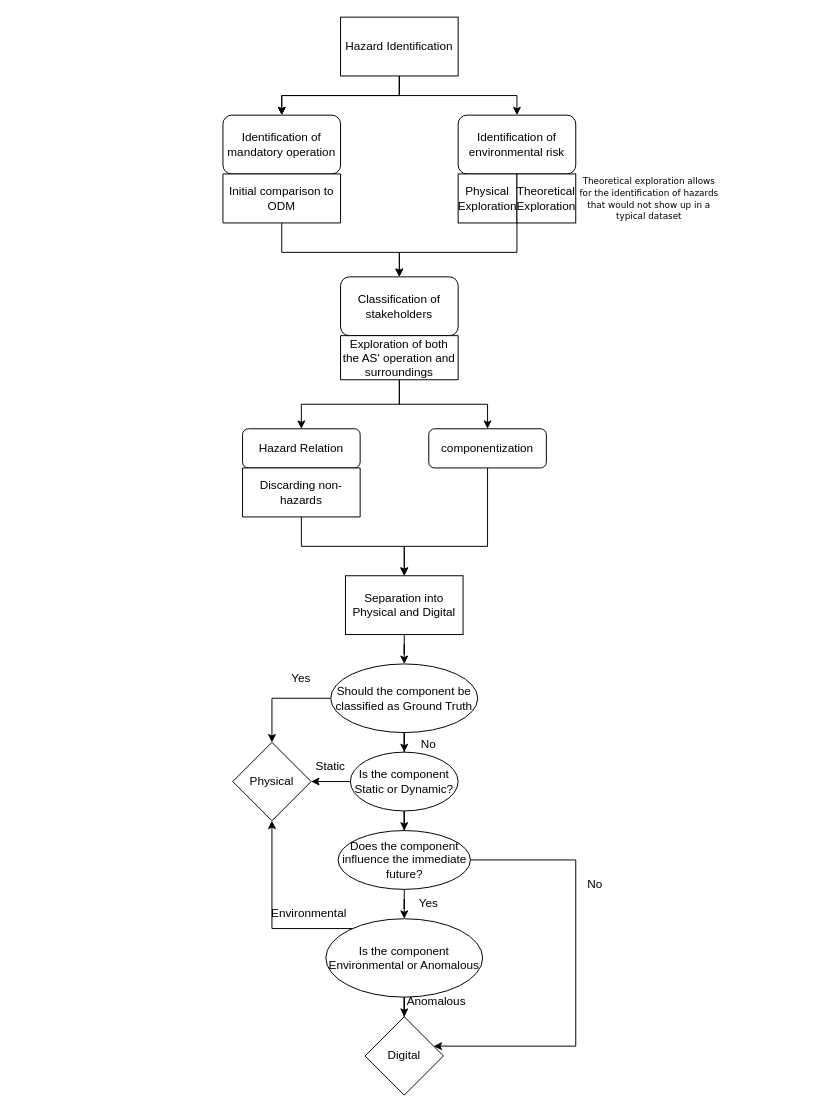
This is Step 2/Step-2.drawio from TortoiseFather/SACRED, a draw.io file, before an edit. Source tidied: cells renumbered, new cells numbered last; positions are measured from the earlier drawing's top-left corner, leaving out a move shared by most shapes. Both pictures are drawn from the tidied source at 98%, with x=0, y=0 at pixel (222, 17).
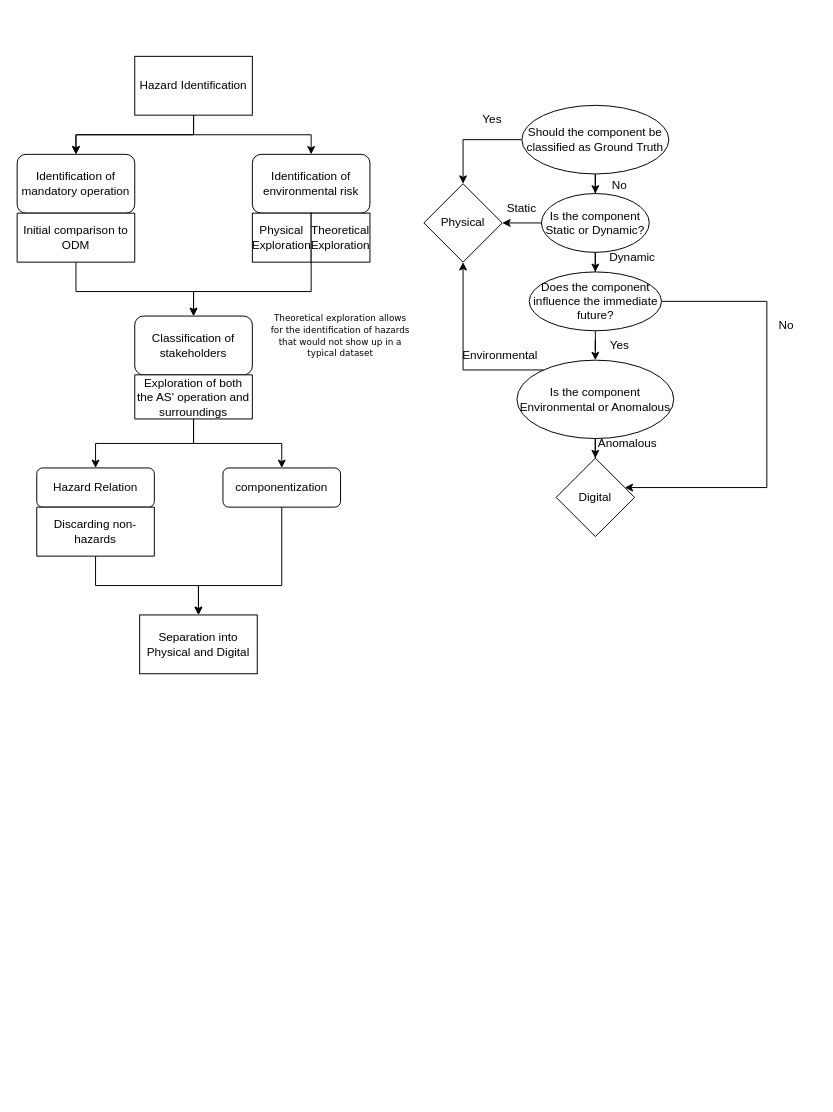
Above is the later version.

Diff of the diagram source:
```diff
@@
     <mxCell id="4" style="edgeStyle=orthogonalEdgeStyle;rounded=0;jettySize=auto;html=1;" parent="1" edge="1" source="5" target="8">
       <mxGeometry relative="1" as="geometry">
         <Array as="points">
-          <mxPoint x="180" y="80" />
-          <mxPoint x="300" y="80" />
+          <mxPoint x="-30" y="120" />
+          <mxPoint x="90" y="120" />
         </Array>
       </mxGeometry>
     </mxCell>
     <mxCell id="5" value="Hazard Identification" style="rounded=0;whiteSpace=wrap;html=1;" parent="1" vertex="1">
-      <mxGeometry x="120" width="120" height="60" as="geometry" />
+      <mxGeometry x="-90" y="40" width="120" height="60" as="geometry" />
     </mxCell>
     <mxCell id="6" value="Identification of mandatory operation" style="rounded=1;whiteSpace=wrap;html=1;" parent="1" vertex="1">
-      <mxGeometry y="100" width="120" height="60" as="geometry" />
+      <mxGeometry x="-210" y="140" width="120" height="60" as="geometry" />
     </mxCell>
     <mxCell id="7" style="edgeStyle=orthogonalEdgeStyle;rounded=0;jettySize=auto;html=1;entryX=0.5;entryY=0;entryDx=0;entryDy=0;" parent="1" edge="1" source="8" target="9">
       <mxGeometry relative="1" as="geometry">
         <Array as="points">
-          <mxPoint x="300" y="240" />
-          <mxPoint x="180" y="240" />
+          <mxPoint x="90" y="280" />
+          <mxPoint x="-30" y="280" />
         </Array>
       </mxGeometry>
     </mxCell>
     <mxCell id="8" value="Identification of environmental risk" style="rounded=1;whiteSpace=wrap;html=1;" parent="1" vertex="1">
-      <mxGeometry x="240" y="100" width="120" height="60" as="geometry" />
+      <mxGeometry x="30" y="140" width="120" height="60" as="geometry" />
     </mxCell>
     <mxCell id="9" value="Classification of stakeholders" style="rounded=1;whiteSpace=wrap;html=1;" parent="1" vertex="1">
-      <mxGeometry x="120" y="265" width="120" height="60" as="geometry" />
+      <mxGeometry x="-90" y="305" width="120" height="60" as="geometry" />
     </mxCell>
-    <mxCell id="10" style="edgeStyle=orthogonalEdgeStyle;rounded=0;jettySize=auto;html=1;" parent="1" edge="1" source="11" target="29">
-      <mxGeometry relative="1" as="geometry" />
-    </mxCell>
     <mxCell id="11" value="Separation into Physical and Digital" style="rounded=0;whiteSpace=wrap;html=1;" parent="1" vertex="1">
-      <mxGeometry x="125" y="570" width="120" height="60" as="geometry" />
+      <mxGeometry x="-85" y="610" width="120" height="60" as="geometry" />
     </mxCell>
     <mxCell id="12" value="Physical" style="rhombus;whiteSpace=wrap;html=1;rounded=0;" parent="1" vertex="1">
-      <mxGeometry x="10" y="740" width="80" height="80" as="geometry" />
+      <mxGeometry x="205" y="170" width="80" height="80" as="geometry" />
     </mxCell>
     <mxCell id="13" value="Digital" style="rhombus;whiteSpace=wrap;html=1;rounded=0;" parent="1" vertex="1">
-      <mxGeometry x="145" y="1020" width="80" height="80" as="geometry" />
+      <mxGeometry x="340" y="450" width="80" height="80" as="geometry" />
     </mxCell>
     <mxCell id="14" style="edgeStyle=orthogonalEdgeStyle;rounded=0;jettySize=auto;html=1;" parent="1" edge="1" source="15" target="9">
       <mxGeometry relative="1" as="geometry">
         <Array as="points">
-          <mxPoint x="60" y="240" />
-          <mxPoint x="180" y="240" />
+          <mxPoint x="-150" y="280" />
+          <mxPoint x="-30" y="280" />
         </Array>
       </mxGeometry>
     </mxCell>
     <mxCell id="15" value="Initial comparison to ODM" style="shape=parallelogram;perimeter=parallelogramPerimeter;whiteSpace=wrap;html=1;fixedSize=1;size=0;" parent="1" vertex="1">
-      <mxGeometry y="160" width="120" height="50" as="geometry" />
+      <mxGeometry x="-210" y="200" width="120" height="50" as="geometry" />
     </mxCell>
@@
     <mxCell id="18" value="Exploration of both the AS' operation and surroundings" style="shape=parallelogram;perimeter=parallelogramPerimeter;whiteSpace=wrap;html=1;fixedSize=1;size=0;" parent="1" vertex="1">
-      <mxGeometry x="120" y="325" width="120" height="45" as="geometry" />
+      <mxGeometry x="-90" y="365" width="120" height="45" as="geometry" />
     </mxCell>
     <mxCell id="19" value="Physical Exploration" style="rounded=0;whiteSpace=wrap;html=1;" parent="1" vertex="1">
-      <mxGeometry x="240" y="160" width="60" height="50" as="geometry" />
+      <mxGeometry x="30" y="200" width="60" height="50" as="geometry" />
     </mxCell>
     <mxCell id="20" value="Theoretical Exploration" style="rounded=0;whiteSpace=wrap;html=1;" parent="1" vertex="1">
-      <mxGeometry x="300" y="160" width="60" height="50" as="geometry" />
+      <mxGeometry x="90" y="200" width="60" height="50" as="geometry" />
     </mxCell>
     <mxCell id="21" value="Hazard Relation" style="rounded=1;whiteSpace=wrap;html=1;" parent="1" vertex="1">
-      <mxGeometry x="20" y="420" width="120" height="40" as="geometry" />
+      <mxGeometry x="-190" y="460" width="120" height="40" as="geometry" />
     </mxCell>
     <mxCell id="22" style="edgeStyle=orthogonalEdgeStyle;rounded=0;jettySize=auto;html=1;entryX=0.5;entryY=0;entryDx=0;entryDy=0;" parent="1" edge="1" source="23" target="11">
       <mxGeometry relative="1" as="geometry">
         <Array as="points">
-          <mxPoint x="270" y="540" />
-          <mxPoint x="185" y="540" />
+          <mxPoint x="60" y="580" />
+          <mxPoint x="-25" y="580" />
         </Array>
       </mxGeometry>
     </mxCell>
     <mxCell id="23" value="componentization" style="rounded=1;whiteSpace=wrap;html=1;" parent="1" vertex="1">
-      <mxGeometry x="210" y="420" width="120" height="40" as="geometry" />
+      <mxGeometry y="460" width="120" height="40" as="geometry" />
     </mxCell>
     <mxCell id="24" value="&lt;p style=&quot;line-height: 90%;&quot;&gt;&lt;font face=&quot;Verdana&quot; style=&quot;font-size: 9px;&quot;&gt;Theoretical exploration allows for the identification of hazards that would not show up in a typical dataset&lt;/font&gt;&lt;/p&gt;" style="text;html=1;strokeColor=none;fillColor=none;align=center;verticalAlign=middle;whiteSpace=wrap;rounded=0;" parent="1" vertex="1">
-      <mxGeometry x="360" y="165" width="150" height="40" as="geometry" />
+      <mxGeometry x="45" y="305" width="150" height="40" as="geometry" />
     </mxCell>
@@
     <mxCell id="26" value="Discarding non-hazards" style="shape=parallelogram;perimeter=parallelogramPerimeter;whiteSpace=wrap;html=1;fixedSize=1;size=0;" parent="1" vertex="1">
-      <mxGeometry x="20" y="460" width="120" height="50" as="geometry" />
+      <mxGeometry x="-190" y="500" width="120" height="50" as="geometry" />
     </mxCell>
@@
     <mxCell id="29" value="Should the component be classified as Ground Truth" style="ellipse;whiteSpace=wrap;html=1;" parent="1" vertex="1">
-      <mxGeometry x="110" y="660" width="150" height="70" as="geometry" />
+      <mxGeometry x="305" y="90" width="150" height="70" as="geometry" />
     </mxCell>
     <mxCell id="30" value="Yes" style="text;html=1;strokeColor=none;fillColor=none;align=center;verticalAlign=middle;whiteSpace=wrap;rounded=0;" parent="1" vertex="1">
-      <mxGeometry x="50" y="660" width="60" height="30" as="geometry" />
+      <mxGeometry x="245" y="90" width="60" height="30" as="geometry" />
     </mxCell>
@@
     <mxCell id="33" value="Is the component Static or Dynamic?" style="ellipse;whiteSpace=wrap;html=1;" parent="1" vertex="1">
-      <mxGeometry x="130" y="750" width="110" height="60" as="geometry" />
+      <mxGeometry x="325" y="180" width="110" height="60" as="geometry" />
     </mxCell>
     <mxCell id="34" value="Static" style="text;html=1;strokeColor=none;fillColor=none;align=center;verticalAlign=middle;whiteSpace=wrap;rounded=0;" parent="1" vertex="1">
-      <mxGeometry x="80" y="750" width="60" height="30" as="geometry" />
+      <mxGeometry x="275" y="180" width="60" height="30" as="geometry" />
     </mxCell>
     <mxCell id="35" value="No" style="text;html=1;strokeColor=none;fillColor=none;align=center;verticalAlign=middle;whiteSpace=wrap;rounded=0;" parent="1" vertex="1">
-      <mxGeometry x="180" y="727" width="60" height="30" as="geometry" />
+      <mxGeometry x="375" y="157" width="60" height="30" as="geometry" />
     </mxCell>
     <mxCell id="36" style="edgeStyle=orthogonalEdgeStyle;rounded=0;jettySize=auto;html=1;" parent="1" edge="1" source="38" target="13">
       <mxGeometry relative="1" as="geometry">
         <Array as="points">
-          <mxPoint x="360" y="860" />
-          <mxPoint x="360" y="1050" />
+          <mxPoint x="555" y="290" />
+          <mxPoint x="555" y="480" />
         </Array>
       </mxGeometry>
     </mxCell>
@@
     <mxCell id="38" value="Does the component influence the immediate future?" style="ellipse;whiteSpace=wrap;html=1;" parent="1" vertex="1">
-      <mxGeometry x="117.5" y="830" width="135" height="60" as="geometry" />
+      <mxGeometry x="312.5" y="260" width="135" height="60" as="geometry" />
     </mxCell>
     <mxCell id="39" value="No" style="text;html=1;strokeColor=none;fillColor=none;align=center;verticalAlign=middle;whiteSpace=wrap;rounded=0;" parent="1" vertex="1">
-      <mxGeometry x="350" y="870" width="60" height="30" as="geometry" />
+      <mxGeometry x="545" y="300" width="60" height="30" as="geometry" />
     </mxCell>
@@
     <mxCell id="41" style="edgeStyle=orthogonalEdgeStyle;rounded=0;jettySize=auto;html=1;entryX=0.5;entryY=1;entryDx=0;entryDy=0;" parent="1" edge="1" source="42" target="12">
       <mxGeometry relative="1" as="geometry">
         <Array as="points">
-          <mxPoint x="50" y="930" />
+          <mxPoint x="245" y="360" />
         </Array>
       </mxGeometry>
     </mxCell>
     <mxCell id="42" value="Is the component Environmental or Anomalous" style="ellipse;whiteSpace=wrap;html=1;" parent="1" vertex="1">
-      <mxGeometry x="105" y="920" width="160" height="80" as="geometry" />
+      <mxGeometry x="300" y="350" width="160" height="80" as="geometry" />
     </mxCell>
     <mxCell id="43" value="Environmental" style="text;html=1;strokeColor=none;fillColor=none;align=center;verticalAlign=middle;whiteSpace=wrap;rounded=0;" parent="1" vertex="1">
-      <mxGeometry x="57.5" y="900" width="60" height="30" as="geometry" />
+      <mxGeometry x="252.5" y="330" width="60" height="30" as="geometry" />
     </mxCell>
     <mxCell id="44" value="Anomalous" style="text;html=1;strokeColor=none;fillColor=none;align=center;verticalAlign=middle;whiteSpace=wrap;rounded=0;" parent="1" vertex="1">
-      <mxGeometry x="188" y="990" width="60" height="30" as="geometry" />
+      <mxGeometry x="383" y="420" width="60" height="30" as="geometry" />
     </mxCell>
     <mxCell id="45" value="Yes" style="text;html=1;strokeColor=none;fillColor=none;align=center;verticalAlign=middle;whiteSpace=wrap;rounded=0;" parent="1" vertex="1">
-      <mxGeometry x="180" y="890" width="60" height="30" as="geometry" />
+      <mxGeometry x="375" y="320" width="60" height="30" as="geometry" />
     </mxCell>
+    <mxCell id="46" value="Dynamic" style="text;html=1;strokeColor=none;fillColor=none;align=center;verticalAlign=middle;whiteSpace=wrap;rounded=0;" parent="1" vertex="1">
+      <mxGeometry x="387.5" y="230" width="60" height="30" as="geometry" />
+    </mxCell>
```
